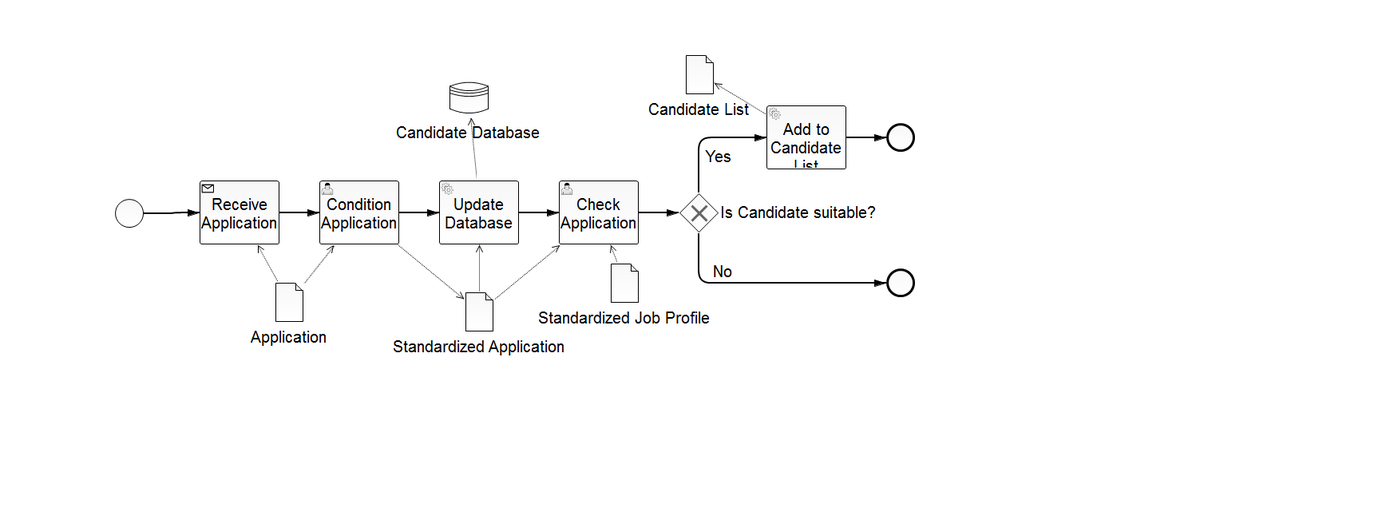
Before: src/main/resources/handle_applications.png, a diagram exported from BPMN (SandraLe/WEPLACM). Its source is kept beside it as src/main/resources/handle_applications.bpmn. Ids are renumbered.
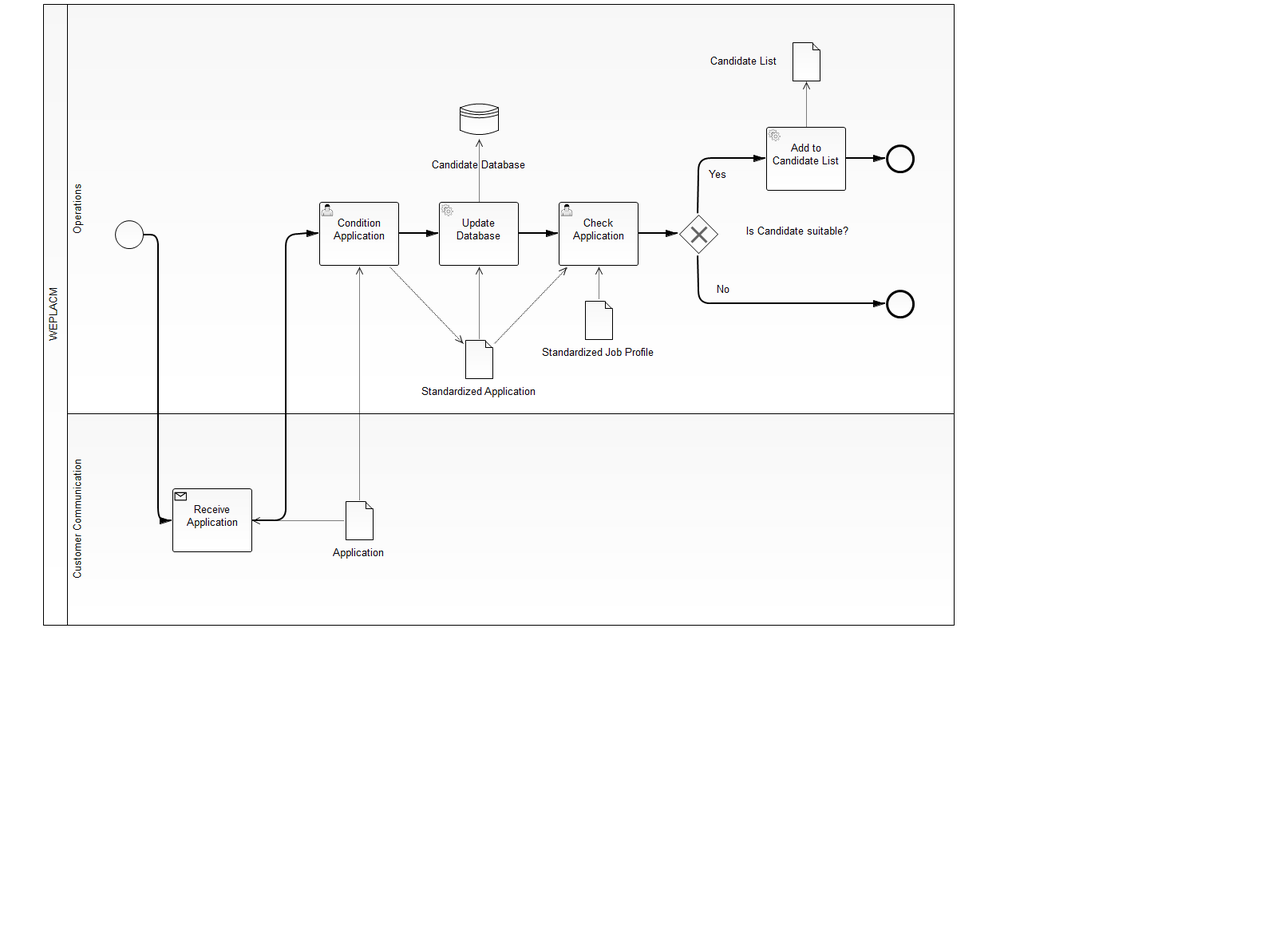
The same diagram one commit later.

Commit message:
@Felix Lanes Handling Application

What changed in the source:
```diff
@@ -4,13 +4,26 @@
   </bpmn2:collaboration>
   <bpmn2:process id="handle_application" isExecutable="true">
     <bpmn2:ioSpecification id="InputOutputSpecification_1"/>
-    <bpmn2:receiveTask id="ReceiveTask_1" name="Receive Application">
-      <bpmn2:incoming>SequenceFlow_1</bpmn2:incoming>
-      <bpmn2:outgoing>SequenceFlow_2</bpmn2:outgoing>
-      <bpmn2:dataInputAssociation id="DataInputAssociation_2">
-        <bpmn2:sourceRef>ApplicationReference</bpmn2:sourceRef>
-      </bpmn2:dataInputAssociation>
-    </bpmn2:receiveTask>
+    <bpmn2:laneSet id="LaneSet_1" name="Lane Set 1">
+      <bpmn2:lane id="Operations" name="Operations">
+        <bpmn2:flowNodeRef>StartEvent_1</bpmn2:flowNodeRef>
+        <bpmn2:flowNodeRef>UserTask_1</bpmn2:flowNodeRef>
+        <bpmn2:flowNodeRef>ServiceTask_2</bpmn2:flowNodeRef>
+        <bpmn2:flowNodeRef>UserTask_2</bpmn2:flowNodeRef>
+        <bpmn2:flowNodeRef>ExclusiveGateway_2</bpmn2:flowNodeRef>
+        <bpmn2:flowNodeRef>EndEvent_2</bpmn2:flowNodeRef>
+        <bpmn2:flowNodeRef>ServiceTask_3</bpmn2:flowNodeRef>
+        <bpmn2:flowNodeRef>EndEvent_1</bpmn2:flowNodeRef>
+      </bpmn2:lane>
+      <bpmn2:lane id="CustomerCommunication" name="Customer Communication">
+        <bpmn2:flowNodeRef>ReceiveTask_1</bpmn2:flowNodeRef>
+      </bpmn2:lane>
+    </bpmn2:laneSet>
+    <bpmn2:dataStoreReference id="CandidateDatabaseReference" name="Candidate Database" dataStoreRef="DataStore_1"/>
+    <bpmn2:dataObject id="DataObject_2" name="Data Object 2"/>
+    <bpmn2:dataObject id="DataObject_3" name="Data Object 3"/>
+    <bpmn2:dataObject id="DataObject_4" name="Data Object 4"/>
+    <bpmn2:dataObject id="DataObject_5" name="Data Object 5"/>
     <bpmn2:startEvent id="StartEvent_1">
       <bpmn2:outgoing>SequenceFlow_1</bpmn2:outgoing>
     </bpmn2:startEvent>
@@ -25,7 +38,7 @@
         <bpmn2:targetRef>StandardizedApplicationReference</bpmn2:targetRef>
       </bpmn2:dataOutputAssociation>
     </bpmn2:userTask>
-    <bpmn2:sequenceFlow id="SequenceFlow_2" name="" sourceRef="ReceiveTask_1" targetRef="UserTask_1"/>
+    <bpmn2:sequenceFlow id="SequenceFlow_3" sourceRef="UserTask_1" targetRef="ServiceTask_2"/>
     <bpmn2:serviceTask id="ServiceTask_2" name="Update Database">
       <bpmn2:incoming>SequenceFlow_3</bpmn2:incoming>
       <bpmn2:outgoing>SequenceFlow_5</bpmn2:outgoing>
@@ -36,7 +49,7 @@
         <bpmn2:targetRef>CandidateDatabaseReference</bpmn2:targetRef>
       </bpmn2:dataOutputAssociation>
     </bpmn2:serviceTask>
-    <bpmn2:sequenceFlow id="SequenceFlow_3" sourceRef="UserTask_1" targetRef="ServiceTask_2"/>
+    <bpmn2:sequenceFlow id="SequenceFlow_5" name="" sourceRef="ServiceTask_2" targetRef="UserTask_2"/>
     <bpmn2:userTask id="UserTask_2" name="Check Application">
       <bpmn2:incoming>SequenceFlow_5</bpmn2:incoming>
       <bpmn2:outgoing>SequenceFlow_6</bpmn2:outgoing>
@@ -47,13 +60,12 @@
         <bpmn2:sourceRef>StandardizedJobProfileReference</bpmn2:sourceRef>
       </bpmn2:dataInputAssociation>
     </bpmn2:userTask>
-    <bpmn2:sequenceFlow id="SequenceFlow_5" name="" sourceRef="ServiceTask_2" targetRef="UserTask_2"/>
+    <bpmn2:sequenceFlow id="SequenceFlow_6" name="" sourceRef="UserTask_2" targetRef="ExclusiveGateway_2"/>
     <bpmn2:exclusiveGateway id="ExclusiveGateway_2" name="Is Candidate suitable?">
       <bpmn2:incoming>SequenceFlow_6</bpmn2:incoming>
       <bpmn2:outgoing>SequenceFlow_8</bpmn2:outgoing>
       <bpmn2:outgoing>SequenceFlow_15</bpmn2:outgoing>
     </bpmn2:exclusiveGateway>
-    <bpmn2:sequenceFlow id="SequenceFlow_6" name="" sourceRef="UserTask_2" targetRef="ExclusiveGateway_2"/>
     <bpmn2:sequenceFlow id="SequenceFlow_8" name="Yes" sourceRef="ExclusiveGateway_2" targetRef="ServiceTask_3"/>
     <bpmn2:sequenceFlow id="SequenceFlow_15" name="No" sourceRef="ExclusiveGateway_2" targetRef="EndEvent_2"/>
     <bpmn2:endEvent id="EndEvent_2">
@@ -70,14 +82,17 @@
     <bpmn2:endEvent id="EndEvent_1">
       <bpmn2:incoming>SequenceFlow_9</bpmn2:incoming>
     </bpmn2:endEvent>
-    <bpmn2:dataStoreReference id="CandidateDatabaseReference" name="Candidate Database" dataStoreRef="DataStore_1"/>
-    <bpmn2:dataObject id="DataObject_2" name="Data Object 2"/>
-    <bpmn2:dataObject id="DataObject_3" name="Data Object 3"/>
-    <bpmn2:dataObject id="DataObject_4" name="Data Object 4"/>
-    <bpmn2:dataObject id="DataObject_5" name="Data Object 5"/>
+    <bpmn2:receiveTask id="ReceiveTask_1" name="Receive Application">
+      <bpmn2:incoming>SequenceFlow_1</bpmn2:incoming>
+      <bpmn2:outgoing>SequenceFlow_2</bpmn2:outgoing>
+      <bpmn2:dataInputAssociation id="DataInputAssociation_2">
+        <bpmn2:sourceRef>ApplicationReference</bpmn2:sourceRef>
+      </bpmn2:dataInputAssociation>
+    </bpmn2:receiveTask>
+    <bpmn2:sequenceFlow id="SequenceFlow_2" name="" sourceRef="ReceiveTask_1" targetRef="UserTask_1"/>
     <bpmn2:dataObjectReference id="ApplicationReference" name="Application" dataObjectRef="DataObject_2"/>
+    <bpmn2:dataObjectReference id="StandardizedJobProfileReference" name="Standardized Job Profile" dataObjectRef="DataObject_4"/>
     <bpmn2:dataObjectReference id="StandardizedApplicationReference" name="Standardized Application" dataObjectRef="DataObject_3"/>
-    <bpmn2:dataObjectReference id="StandardizedJobProfileReference" name="Standardized Job Profile" dataObjectRef="DataObject_4"/>
     <bpmn2:dataObjectReference id="CandidateListReference" name="Candidate List" dataObjectRef="DataObject_5"/>
   </bpmn2:process>
   <bpmn2:dataStore id="DataStore_1" name="Data Store 1"/>
@@ -90,23 +105,28 @@
         </bpmndi:BPMNLabel>
       </bpmndi:BPMNShape>
       <bpmndi:BPMNShape id="_BPMNShape_ReceiveTask_9" bpmnElement="ReceiveTask_1">
-        <dc:Bounds height="80.0" width="100.0" x="250.0" y="248.0"/>
+        <dc:Bounds height="80.0" width="100.0" x="216.0" y="607.0"/>
       </bpmndi:BPMNShape>
       <bpmndi:BPMNEdge id="BPMNEdge_SequenceFlow_1" bpmnElement="SequenceFlow_1" sourceElement="_BPMNShape_StartEvent_13" targetElement="_BPMNShape_ReceiveTask_9">
         <di:waypoint xsi:type="dc:Point" x="180.0" y="289.0"/>
-        <di:waypoint xsi:type="dc:Point" x="215.0" y="289.0"/>
-        <di:waypoint xsi:type="dc:Point" x="215.0" y="288.0"/>
-        <di:waypoint xsi:type="dc:Point" x="250.0" y="288.0"/>
+        <di:waypoint xsi:type="dc:Point" x="198.0" y="289.0"/>
+        <di:waypoint xsi:type="dc:Point" x="198.0" y="647.0"/>
+        <di:waypoint xsi:type="dc:Point" x="216.0" y="647.0"/>
         <bpmndi:BPMNLabel>
-          <dc:Bounds height="6.0" width="6.0" x="214.0" y="288.0"/>
+          <dc:Bounds height="6.0" width="6.0" x="195.0" y="309.0"/>
         </bpmndi:BPMNLabel>
       </bpmndi:BPMNEdge>
       <bpmndi:BPMNShape id="_BPMNShape_UserTask_15" bpmnElement="UserTask_1">
         <dc:Bounds height="80.0" width="100.0" x="400.0" y="248.0"/>
       </bpmndi:BPMNShape>
       <bpmndi:BPMNEdge id="BPMNEdge_SequenceFlow_2" bpmnElement="SequenceFlow_2" sourceElement="_BPMNShape_ReceiveTask_9" targetElement="_BPMNShape_UserTask_15">
-        <di:waypoint xsi:type="dc:Point" x="350.0" y="288.0"/>
+        <di:waypoint xsi:type="dc:Point" x="316.0" y="647.0"/>
+        <di:waypoint xsi:type="dc:Point" x="358.0" y="647.0"/>
+        <di:waypoint xsi:type="dc:Point" x="358.0" y="288.0"/>
         <di:waypoint xsi:type="dc:Point" x="400.0" y="288.0"/>
+        <bpmndi:BPMNLabel>
+          <dc:Bounds height="6.0" width="6.0" x="338.0" y="647.0"/>
+        </bpmndi:BPMNLabel>
       </bpmndi:BPMNEdge>
       <bpmndi:BPMNShape id="_BPMNShape_ServiceTask_4" bpmnElement="ServiceTask_2">
         <dc:Bounds height="80.0" width="100.0" x="550.0" y="248.0"/>
@@ -114,6 +134,9 @@
       <bpmndi:BPMNEdge id="BPMNEdge_SequenceFlow_3" bpmnElement="SequenceFlow_3" sourceElement="_BPMNShape_UserTask_15" targetElement="_BPMNShape_ServiceTask_4">
         <di:waypoint xsi:type="dc:Point" x="500.0" y="288.0"/>
         <di:waypoint xsi:type="dc:Point" x="550.0" y="288.0"/>
+        <bpmndi:BPMNLabel>
+          <dc:Bounds height="0.0" width="0.0" x="525.0" y="288.0"/>
+        </bpmndi:BPMNLabel>
       </bpmndi:BPMNEdge>
       <bpmndi:BPMNShape id="_BPMNShape_UserTask_16" bpmnElement="UserTask_2">
         <dc:Bounds height="80.0" width="100.0" x="700.0" y="248.0"/>
@@ -121,26 +144,32 @@
       <bpmndi:BPMNEdge id="BPMNEdge_SequenceFlow_5" bpmnElement="SequenceFlow_5" sourceElement="_BPMNShape_ServiceTask_4" targetElement="_BPMNShape_UserTask_16">
         <di:waypoint xsi:type="dc:Point" x="650.0" y="288.0"/>
         <di:waypoint xsi:type="dc:Point" x="700.0" y="288.0"/>
+        <bpmndi:BPMNLabel>
+          <dc:Bounds height="6.0" width="6.0" x="672.0" y="288.0"/>
+        </bpmndi:BPMNLabel>
       </bpmndi:BPMNEdge>
       <bpmndi:BPMNShape id="_BPMNShape_ExclusiveGateway_7" bpmnElement="ExclusiveGateway_2" isMarkerVisible="true">
         <dc:Bounds height="50.0" width="50.0" x="850.0" y="263.0"/>
         <bpmndi:BPMNLabel>
-          <dc:Bounds height="29.0" width="201.0" x="900.0" y="274.0"/>
+          <dc:Bounds height="22.0" width="134.0" x="933.0" y="274.0"/>
         </bpmndi:BPMNLabel>
       </bpmndi:BPMNShape>
       <bpmndi:BPMNEdge id="BPMNEdge_SequenceFlow_6" bpmnElement="SequenceFlow_6" sourceElement="_BPMNShape_UserTask_16" targetElement="_BPMNShape_ExclusiveGateway_7">
         <di:waypoint xsi:type="dc:Point" x="800.0" y="288.0"/>
         <di:waypoint xsi:type="dc:Point" x="850.0" y="288.0"/>
+        <bpmndi:BPMNLabel>
+          <dc:Bounds height="6.0" width="6.0" x="822.0" y="288.0"/>
+        </bpmndi:BPMNLabel>
       </bpmndi:BPMNEdge>
       <bpmndi:BPMNShape id="_BPMNShape_ServiceTask_5" bpmnElement="ServiceTask_3">
         <dc:Bounds height="80.0" width="100.0" x="960.0" y="154.0"/>
       </bpmndi:BPMNShape>
       <bpmndi:BPMNEdge id="BPMNEdge_SequenceFlow_8" bpmnElement="SequenceFlow_8" sourceElement="_BPMNShape_ExclusiveGateway_7" targetElement="_BPMNShape_ServiceTask_5">
         <di:waypoint xsi:type="dc:Point" x="875.0" y="263.0"/>
-        <di:waypoint xsi:type="dc:Point" x="875.0" y="194.0"/>
+        <di:waypoint xsi:type="dc:Point" x="875.0" y="193.0"/>
         <di:waypoint xsi:type="dc:Point" x="960.0" y="194.0"/>
         <bpmndi:BPMNLabel>
-          <dc:Bounds height="29.0" width="41.0" x="880.0" y="204.0"/>
+          <dc:Bounds height="22.0" width="29.0" x="885.0" y="203.0"/>
         </bpmndi:BPMNLabel>
       </bpmndi:BPMNEdge>
       <bpmndi:BPMNShape id="_BPMNShape_EndEvent_18" bpmnElement="EndEvent_1">
@@ -164,74 +193,83 @@
       </bpmndi:BPMNShape>
       <bpmndi:BPMNEdge id="BPMNEdge_SequenceFlow_16" bpmnElement="SequenceFlow_15" sourceElement="_BPMNShape_ExclusiveGateway_7" targetElement="_BPMNShape_EndEvent_19">
         <di:waypoint xsi:type="dc:Point" x="875.0" y="313.0"/>
-        <di:waypoint xsi:type="dc:Point" x="875.0" y="376.0"/>
-        <di:waypoint xsi:type="dc:Point" x="1005.0" y="376.0"/>
+        <di:waypoint xsi:type="dc:Point" x="875.0" y="375.0"/>
+        <di:waypoint xsi:type="dc:Point" x="1005.0" y="375.0"/>
         <di:waypoint xsi:type="dc:Point" x="1110.0" y="376.0"/>
         <bpmndi:BPMNLabel>
-          <dc:Bounds height="29.0" width="30.0" x="891.0" y="348.0"/>
+          <dc:Bounds height="22.0" width="22.0" x="896.0" y="347.0"/>
         </bpmndi:BPMNLabel>
       </bpmndi:BPMNEdge>
       <bpmndi:BPMNShape id="_BPMNShape_DataStoreReference_7" bpmnElement="CandidateDatabaseReference">
-        <dc:Bounds height="50.0" width="50.0" x="562.0" y="119.0"/>
+        <dc:Bounds height="50.0" width="50.0" x="575.0" y="119.0"/>
+        <bpmndi:BPMNLabel>
+          <dc:Bounds height="22.0" width="123.0" x="539.0" y="191.0"/>
+        </bpmndi:BPMNLabel>
       </bpmndi:BPMNShape>
       <bpmndi:BPMNEdge id="BPMNEdge_DataOutputAssociation_2" bpmnElement="DataOutputAssociation_2" sourceElement="_BPMNShape_ServiceTask_4" targetElement="_BPMNShape_DataStoreReference_7">
-        <di:waypoint xsi:type="dc:Point" x="596.0" y="248.0"/>
-        <di:waypoint xsi:type="dc:Point" x="589.0" y="169.0"/>
+        <di:waypoint xsi:type="dc:Point" x="600.0" y="248.0"/>
+        <di:waypoint xsi:type="dc:Point" x="600.0" y="169.0"/>
       </bpmndi:BPMNEdge>
       <bpmndi:BPMNShape id="_BPMNShape_DataObjectReference_9" bpmnElement="ApplicationReference">
-        <dc:Bounds height="50.0" width="36.0" x="344.0" y="375.0"/>
+        <dc:Bounds height="50.0" width="36.0" x="432.0" y="622.0"/>
         <bpmndi:BPMNLabel>
-          <dc:Bounds height="29.0" width="101.0" x="312.0" y="430.0"/>
+          <dc:Bounds height="22.0" width="70.0" x="415.0" y="677.0"/>
         </bpmndi:BPMNLabel>
       </bpmndi:BPMNShape>
       <bpmndi:BPMNEdge id="BPMNEdge_DataInputAssociation_1" bpmnElement="DataInputAssociation_1" sourceElement="_BPMNShape_DataObjectReference_9" targetElement="_BPMNShape_UserTask_15">
-        <di:waypoint xsi:type="dc:Point" x="380.0" y="377.0"/>
-        <di:waypoint xsi:type="dc:Point" x="419.0" y="328.0"/>
+        <di:waypoint xsi:type="dc:Point" x="450.0" y="622.0"/>
+        <di:waypoint xsi:type="dc:Point" x="450.0" y="328.0"/>
       </bpmndi:BPMNEdge>
       <bpmndi:BPMNEdge id="BPMNEdge_DataInputAssociation_2" bpmnElement="DataInputAssociation_2" sourceElement="_BPMNShape_DataObjectReference_9" targetElement="_BPMNShape_ReceiveTask_9">
-        <di:waypoint xsi:type="dc:Point" x="348.0" y="375.0"/>
-        <di:waypoint xsi:type="dc:Point" x="322.0" y="328.0"/>
+        <di:waypoint xsi:type="dc:Point" x="432.0" y="647.0"/>
+        <di:waypoint xsi:type="dc:Point" x="316.0" y="647.0"/>
       </bpmndi:BPMNEdge>
       <bpmndi:BPMNShape id="_BPMNShape_DataObjectReference_10" bpmnElement="StandardizedApplicationReference">
-        <dc:Bounds height="50.0" width="36.0" x="582.0" y="387.0"/>
+        <dc:Bounds height="50.0" width="36.0" x="582.0" y="420.0"/>
         <bpmndi:BPMNLabel>
-          <dc:Bounds height="29.0" width="222.0" x="489.0" y="442.0"/>
+          <dc:Bounds height="22.0" width="150.0" x="525.0" y="475.0"/>
         </bpmndi:BPMNLabel>
       </bpmndi:BPMNShape>
       <bpmndi:BPMNEdge id="BPMNEdge_DataOutputAssociation_3" bpmnElement="DataOutputAssociation_3" sourceElement="_BPMNShape_UserTask_15" targetElement="_BPMNShape_DataObjectReference_10">
-        <di:waypoint xsi:type="dc:Point" x="498.0" y="328.0"/>
-        <di:waypoint xsi:type="dc:Point" x="582.0" y="397.0"/>
+        <di:waypoint xsi:type="dc:Point" x="488.0" y="328.0"/>
+        <di:waypoint xsi:type="dc:Point" x="582.0" y="426.0"/>
       </bpmndi:BPMNEdge>
       <bpmndi:BPMNEdge id="BPMNEdge_DataInputAssociation_3" bpmnElement="DataInputAssociation_3" sourceElement="_BPMNShape_DataObjectReference_10" targetElement="_BPMNShape_ServiceTask_4">
-        <di:waypoint xsi:type="dc:Point" x="600.0" y="387.0"/>
+        <di:waypoint xsi:type="dc:Point" x="600.0" y="420.0"/>
         <di:waypoint xsi:type="dc:Point" x="600.0" y="328.0"/>
       </bpmndi:BPMNEdge>
       <bpmndi:BPMNEdge id="BPMNEdge_DataInputAssociation_4" bpmnElement="DataInputAssociation_4" sourceElement="_BPMNShape_DataObjectReference_10" targetElement="_BPMNShape_UserTask_16">
-        <di:waypoint xsi:type="dc:Point" x="618.0" y="397.0"/>
-        <di:waypoint xsi:type="dc:Point" x="702.0" y="328.0"/>
+        <di:waypoint xsi:type="dc:Point" x="618.0" y="426.0"/>
+        <di:waypoint xsi:type="dc:Point" x="712.0" y="328.0"/>
       </bpmndi:BPMNEdge>
       <bpmndi:BPMNShape id="_BPMNShape_DataObjectReference_11" bpmnElement="StandardizedJobProfileReference">
-        <dc:Bounds height="50.0" width="36.0" x="764.0" y="351.0"/>
+        <dc:Bounds height="50.0" width="36.0" x="732.0" y="371.0"/>
         <bpmndi:BPMNLabel>
-          <dc:Bounds height="29.0" width="221.0" x="672.0" y="406.0"/>
+          <dc:Bounds height="22.0" width="146.0" x="677.0" y="426.0"/>
         </bpmndi:BPMNLabel>
       </bpmndi:BPMNShape>
       <bpmndi:BPMNEdge id="BPMNEdge_DataInputAssociation_5" bpmnElement="DataInputAssociation_5" sourceElement="_BPMNShape_DataObjectReference_11" targetElement="_BPMNShape_UserTask_16">
-        <di:waypoint xsi:type="dc:Point" x="773.0" y="351.0"/>
-        <di:waypoint xsi:type="dc:Point" x="765.0" y="328.0"/>
+        <di:waypoint xsi:type="dc:Point" x="750.0" y="371.0"/>
+        <di:waypoint xsi:type="dc:Point" x="750.0" y="328.0"/>
       </bpmndi:BPMNEdge>
       <bpmndi:BPMNShape id="_BPMNShape_DataObjectReference_12" bpmnElement="CandidateListReference">
-        <dc:Bounds height="50.0" width="36.0" x="858.0" y="90.0"/>
+        <dc:Bounds height="50.0" width="36.0" x="992.0" y="47.0"/>
         <bpmndi:BPMNLabel>
-          <dc:Bounds height="29.0" width="132.0" x="810.0" y="145.0"/>
+          <dc:Bounds height="22.0" width="89.0" x="888.0" y="61.0"/>
         </bpmndi:BPMNLabel>
       </bpmndi:BPMNShape>
       <bpmndi:BPMNEdge id="BPMNEdge_DataOutputAssociation_5" bpmnElement="DataOutputAssociation_5" sourceElement="_BPMNShape_ServiceTask_5" targetElement="_BPMNShape_DataObjectReference_12">
-        <di:waypoint xsi:type="dc:Point" x="960.0" y="165.0"/>
-        <di:waypoint xsi:type="dc:Point" x="894.0" y="126.0"/>
+        <di:waypoint xsi:type="dc:Point" x="1010.0" y="154.0"/>
+        <di:waypoint xsi:type="dc:Point" x="1010.0" y="97.0"/>
       </bpmndi:BPMNEdge>
       <bpmndi:BPMNShape id="_BPMNShape_Participant_7" bpmnElement="WEPLACM" isHorizontal="true">
-        <dc:Bounds height="514.0" width="1142.0" x="54.0" y="0.0"/>
+        <dc:Bounds height="779.0" width="1142.0" x="54.0" y="0.0"/>
+      </bpmndi:BPMNShape>
+      <bpmndi:BPMNShape id="_BPMNShape_Lane_2" bpmnElement="Operations" isHorizontal="true">
+        <dc:Bounds height="514.0" width="1112.0" x="84.0" y="0.0"/>
+      </bpmndi:BPMNShape>
+      <bpmndi:BPMNShape id="_BPMNShape_Lane_3" bpmnElement="CustomerCommunication" isHorizontal="true">
+        <dc:Bounds height="266.0" width="1112.0" x="84.0" y="513.0"/>
       </bpmndi:BPMNShape>
     </bpmndi:BPMNPlane>
   </bpmndi:BPMNDiagram>
```
